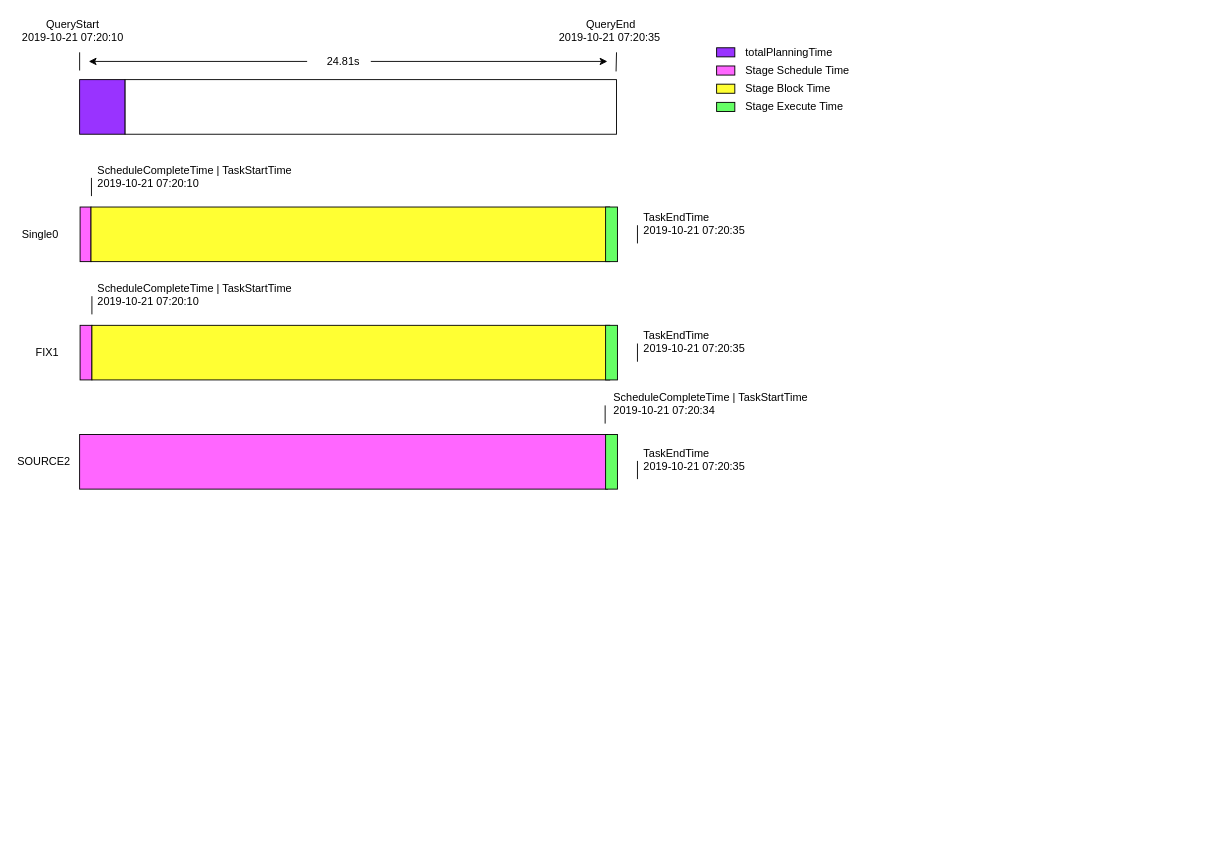
Above: prestoQueryView.drawio in chuanjian666/drawio (draw.io), before the change. Source tidied: cells renumbered, new cells numbered last; positions are measured from the earlier drawing's top-left corner, leaving out a move shared by most shapes. Both pictures are drawn from the tidied source at 91%, with x=0, y=0 at pixel (15, 15).
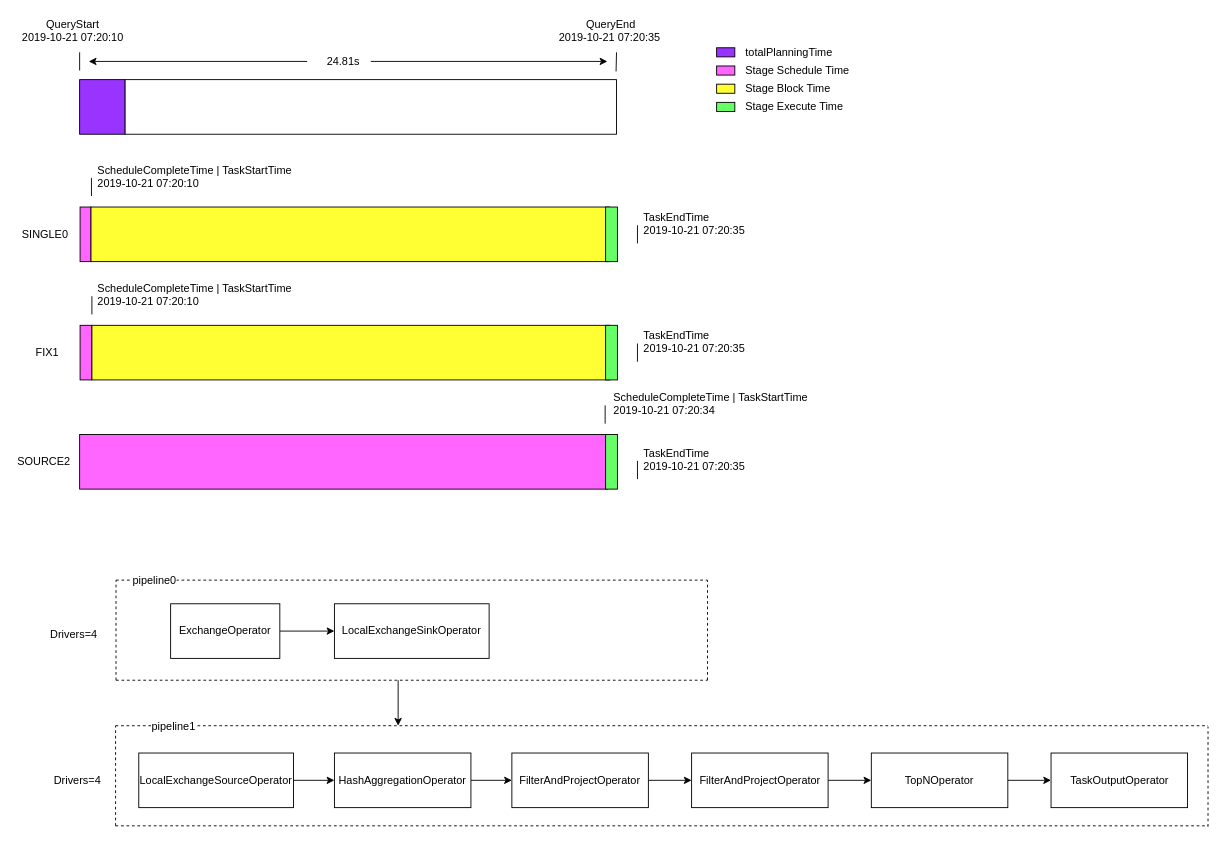
The same diagram, later.

The edit, as a diff of the source:
```diff
@@
-    <mxCell id="16" value="Single0" style="text;html=1;align=left;verticalAlign=top;spacingTop=-4;labelBackgroundColor=#ffffff;" parent="1" vertex="1">
-      <mxGeometry x="5" y="230" width="60" height="20" as="geometry" />
+    <mxCell id="16" value="SINGLE0" style="text;html=1;align=left;verticalAlign=top;spacingTop=-4;labelBackgroundColor=#ffffff;" parent="1" vertex="1">
+      <mxGeometry x="5" y="230" width="70" height="20" as="geometry" />
     </mxCell>
@@
+    <mxCell id="42" style="edgeStyle=orthogonalEdgeStyle;rounded=0;jettySize=auto;html=1;" parent="1" edge="1" source="43" target="44">
+      <mxGeometry relative="1" as="geometry" />
+    </mxCell>
+    <mxCell id="43" value="ExchangeOperator" style="rounded=0;whiteSpace=wrap;html=1;labelBackgroundColor=none;fillColor=#FFFFFF;gradientColor=none;" parent="1" vertex="1">
+      <mxGeometry x="170" y="646" width="120" height="60" as="geometry" />
+    </mxCell>
+    <mxCell id="44" value="LocalExchangeSinkOperator" style="rounded=0;whiteSpace=wrap;html=1;labelBackgroundColor=none;fillColor=#FFFFFF;gradientColor=none;" parent="1" vertex="1">
+      <mxGeometry x="350" y="646" width="170" height="60" as="geometry" />
+    </mxCell>
+    <mxCell id="45" style="endArrow=none;dashed=1;html=1;" parent="1" edge="1">
+      <mxGeometry relative="1" as="geometry">
+        <mxPoint x="110" y="730" as="sourcePoint" />
+        <mxPoint x="110" y="620" as="targetPoint" />
+      </mxGeometry>
+    </mxCell>
+    <mxCell id="46" style="endArrow=none;dashed=1;html=1;" parent="1" edge="1">
+      <mxGeometry relative="1" as="geometry">
+        <mxPoint x="760" y="730" as="sourcePoint" />
+        <mxPoint x="760" y="620" as="targetPoint" />
+      </mxGeometry>
+    </mxCell>
+    <mxCell id="47" style="endArrow=none;dashed=1;html=1;" parent="1" edge="1">
+      <mxGeometry relative="1" as="geometry">
+        <mxPoint x="110" y="730" as="sourcePoint" />
+        <mxPoint x="760" y="730" as="targetPoint" />
+      </mxGeometry>
+    </mxCell>
+    <mxCell id="48" style="endArrow=none;dashed=1;html=1;" parent="1" edge="1">
+      <mxGeometry relative="1" as="geometry">
+        <mxPoint x="110" y="620" as="sourcePoint" />
+        <mxPoint x="760" y="620" as="targetPoint" />
+      </mxGeometry>
+    </mxCell>
+    <mxCell id="49" value="pipeline0" style="text;html=1;align=center;verticalAlign=middle;labelBackgroundColor=#ffffff;" parent="48" vertex="1">
+      <mxGeometry x="-0.92" relative="1" as="geometry">
+        <mxPoint x="15" as="offset" />
+      </mxGeometry>
+    </mxCell>
+    <mxCell id="50" style="edgeStyle=orthogonalEdgeStyle;rounded=0;jettySize=auto;html=1;" parent="1" edge="1" source="51" target="53">
+      <mxGeometry relative="1" as="geometry" />
+    </mxCell>
+    <mxCell id="51" value="LocalExchangeSourceOperator" style="rounded=0;whiteSpace=wrap;html=1;labelBackgroundColor=none;fillColor=#FFFFFF;gradientColor=none;" parent="1" vertex="1">
+      <mxGeometry x="135" y="810" width="170" height="60" as="geometry" />
+    </mxCell>
+    <mxCell id="52" style="edgeStyle=orthogonalEdgeStyle;rounded=0;jettySize=auto;html=1;" parent="1" edge="1" source="53" target="55">
+      <mxGeometry relative="1" as="geometry" />
+    </mxCell>
+    <mxCell id="53" value="HashAggregationOperator" style="rounded=0;whiteSpace=wrap;html=1;labelBackgroundColor=none;fillColor=#FFFFFF;gradientColor=none;" parent="1" vertex="1">
+      <mxGeometry x="350" y="810" width="150" height="60" as="geometry" />
+    </mxCell>
+    <mxCell id="54" style="edgeStyle=orthogonalEdgeStyle;rounded=0;jettySize=auto;html=1;" parent="1" edge="1" source="55" target="57">
+      <mxGeometry relative="1" as="geometry" />
+    </mxCell>
+    <mxCell id="55" value="FilterAndProjectOperator" style="rounded=0;whiteSpace=wrap;html=1;labelBackgroundColor=none;fillColor=#FFFFFF;gradientColor=none;" parent="1" vertex="1">
+      <mxGeometry x="545" y="810" width="150" height="60" as="geometry" />
+    </mxCell>
+    <mxCell id="56" style="edgeStyle=orthogonalEdgeStyle;rounded=0;jettySize=auto;html=1;" parent="1" edge="1" source="57" target="59">
+      <mxGeometry relative="1" as="geometry" />
+    </mxCell>
+    <mxCell id="57" value="FilterAndProjectOperator" style="rounded=0;whiteSpace=wrap;html=1;labelBackgroundColor=none;fillColor=#FFFFFF;gradientColor=none;" parent="1" vertex="1">
+      <mxGeometry x="742.5" y="810" width="150" height="60" as="geometry" />
+    </mxCell>
+    <mxCell id="58" style="edgeStyle=orthogonalEdgeStyle;rounded=0;jettySize=auto;html=1;" parent="1" edge="1" source="59" target="60">
+      <mxGeometry relative="1" as="geometry" />
+    </mxCell>
+    <mxCell id="59" value="TopNOperator" style="rounded=0;whiteSpace=wrap;html=1;labelBackgroundColor=none;fillColor=#FFFFFF;gradientColor=none;" parent="1" vertex="1">
+      <mxGeometry x="940" y="810" width="150" height="60" as="geometry" />
+    </mxCell>
+    <mxCell id="60" value="TaskOutputOperator" style="rounded=0;whiteSpace=wrap;html=1;labelBackgroundColor=none;fillColor=#FFFFFF;gradientColor=none;" parent="1" vertex="1">
+      <mxGeometry x="1137.5" y="810" width="150" height="60" as="geometry" />
+    </mxCell>
+    <mxCell id="61" style="endArrow=none;dashed=1;html=1;" parent="1" edge="1">
+      <mxGeometry relative="1" as="geometry">
+        <mxPoint x="109.5" y="890" as="sourcePoint" />
+        <mxPoint x="109.5" y="780" as="targetPoint" />
+      </mxGeometry>
+    </mxCell>
+    <mxCell id="62" style="endArrow=none;dashed=1;html=1;" parent="1" edge="1">
+      <mxGeometry relative="1" as="geometry">
+        <mxPoint x="1310" y="891" as="sourcePoint" />
+        <mxPoint x="1310" y="781" as="targetPoint" />
+      </mxGeometry>
+    </mxCell>
+    <mxCell id="63" style="endArrow=none;dashed=1;html=1;" parent="1" edge="1">
+      <mxGeometry relative="1" as="geometry">
+        <mxPoint x="109.5" y="890" as="sourcePoint" />
+        <mxPoint x="1310" y="890" as="targetPoint" />
+      </mxGeometry>
+    </mxCell>
+    <mxCell id="64" style="endArrow=none;dashed=1;html=1;" parent="1" edge="1">
+      <mxGeometry relative="1" as="geometry">
+        <mxPoint x="109.5" y="780" as="sourcePoint" />
+        <mxPoint x="1310" y="780" as="targetPoint" />
+      </mxGeometry>
+    </mxCell>
+    <mxCell id="65" value="pipeline1" style="text;html=1;align=center;verticalAlign=middle;labelBackgroundColor=#ffffff;" parent="64" vertex="1">
+      <mxGeometry x="-0.92" relative="1" as="geometry">
+        <mxPoint x="15" as="offset" />
+      </mxGeometry>
+    </mxCell>
+    <mxCell id="66" style="endArrow=classic;html=1;" parent="1" edge="1">
+      <mxGeometry relative="1" as="geometry">
+        <mxPoint x="420" y="730" as="sourcePoint" />
+        <mxPoint x="420" y="780" as="targetPoint" />
+      </mxGeometry>
+    </mxCell>
+    <mxCell id="67" value="Drivers=4" style="text;html=1;align=left;verticalAlign=top;spacingTop=-4;" parent="1" vertex="1">
+      <mxGeometry x="36" y="670" width="70" height="20" as="geometry" />
+    </mxCell>
+    <mxCell id="68" value="Drivers=4" style="text;html=1;align=left;verticalAlign=top;spacingTop=-4;" parent="1" vertex="1">
+      <mxGeometry x="40" y="830" width="70" height="20" as="geometry" />
+    </mxCell>
```
